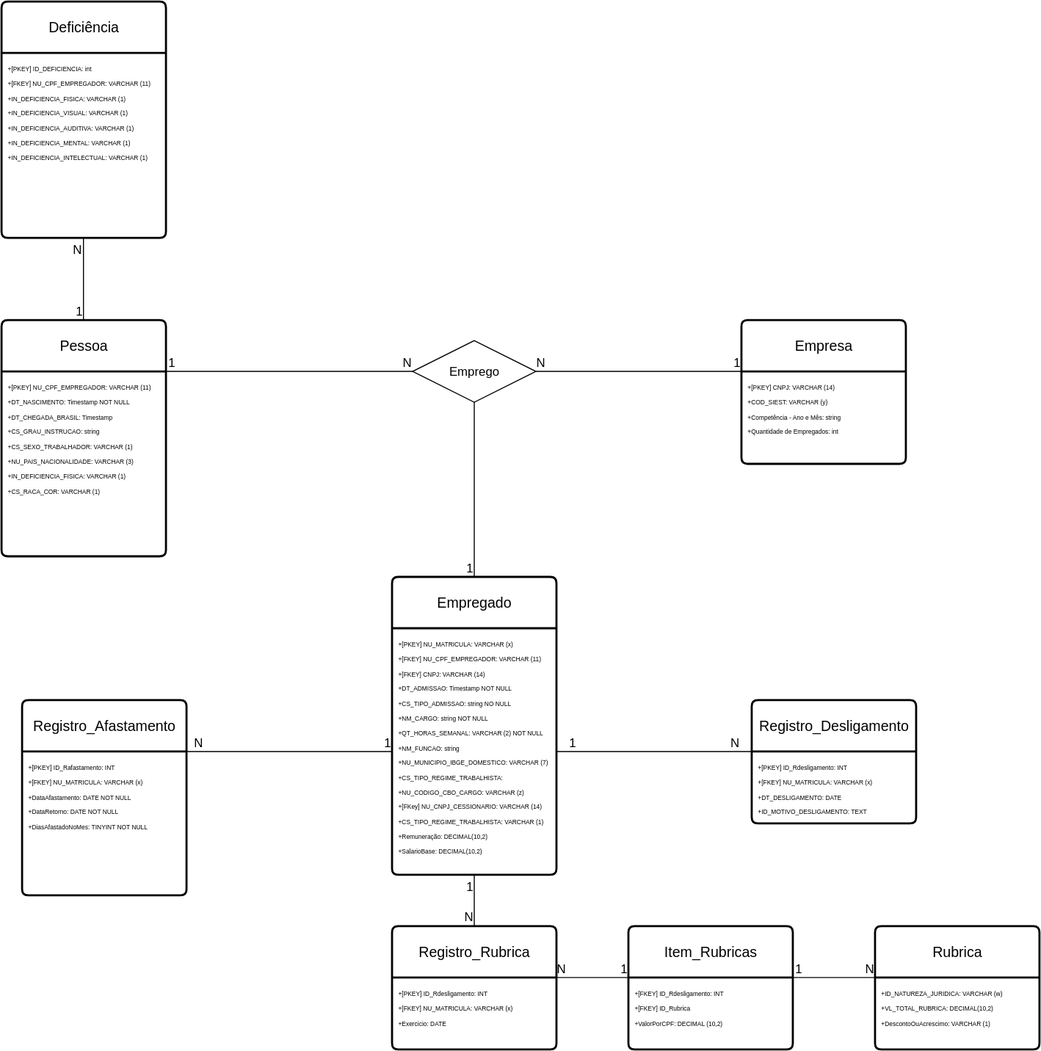
Earlier version of the draw.io export SIEST-PPE-Esocial.drawio.svg (nobreerick/meus-versionamentos-de-arquivo). Source tidied: cells renumbered, new cells last; positions are measured from the earlier drawing's top-left corner, leaving out a move shared by most shapes.
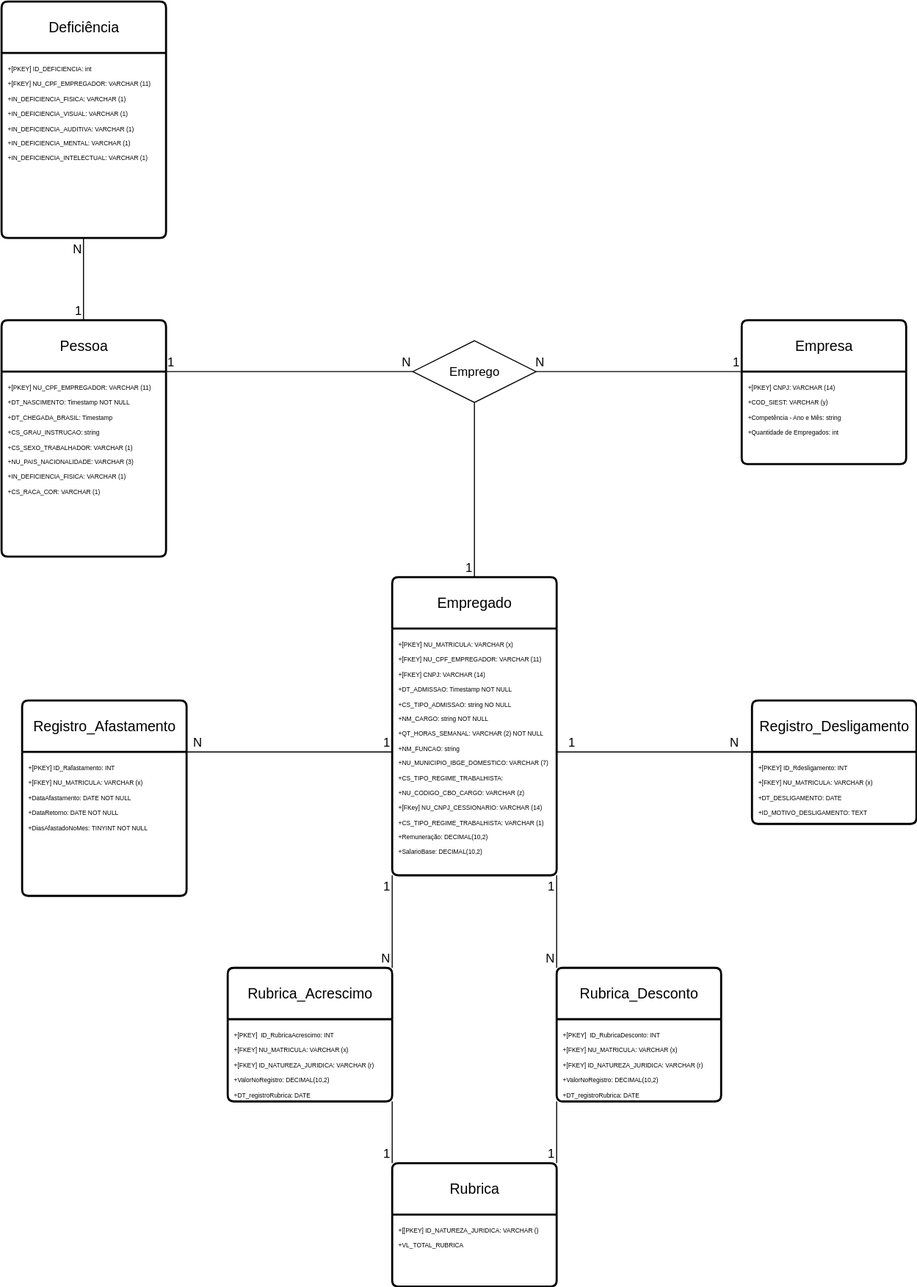
The same file after the commit.

Commit message:
Primeira atualização do diagrama, removido as entidades de registro de rubrica e simplificado o processo

Diff of the diagram source:
```diff
@@ -88,37 +88,19 @@
         <mxPoint x="17" as="offset" />
       </mxGeometry>
     </mxCell>
-    <mxCell id="27" value="Registro_Rubrica" style="swimlane;horizontal=1;startSize=50;rounded=1;fontSize=14;fontStyle=0;strokeWidth=2;shadow=0;dashed=0;align=center;arcSize=4;whiteSpace=wrap;html=1;" parent="1" vertex="1">
-      <mxGeometry x="380" y="900" width="160" height="120" as="geometry" />
+    <mxCell id="27" value="Rubrica_Acrescimo" style="swimlane;horizontal=1;startSize=50;rounded=1;fontSize=14;fontStyle=0;strokeWidth=2;shadow=0;dashed=0;align=center;arcSize=4;whiteSpace=wrap;html=1;" parent="1" vertex="1">
+      <mxGeometry x="220" y="940" width="160" height="130" as="geometry" />
     </mxCell>
-    <mxCell id="28" value="&lt;font style=&quot;font-size: 6px;&quot;&gt;+[PKEY] ID_Rdesligamento: INT&lt;/font&gt;&lt;div&gt;&lt;font style=&quot;font-size: 6px;&quot;&gt;&lt;span style=&quot;color: light-dark(rgb(0, 0, 0), rgb(255, 255, 255)); background-color: transparent;&quot;&gt;+[FKEY] NU_MATRICULA: VARCHAR (x)&lt;/span&gt;&lt;/font&gt;&lt;/div&gt;&lt;div&gt;&lt;font style=&quot;font-size: 6px;&quot;&gt;+&lt;font style=&quot;color: light-dark(rgb(0, 0, 0), rgb(255, 255, 153));&quot;&gt;Exercicio&lt;/font&gt;: DATE&lt;br&gt;&lt;/font&gt;&lt;/div&gt;" style="align=left;strokeColor=none;fillColor=none;spacingLeft=4;spacingRight=4;fontSize=12;verticalAlign=top;html=1;whiteSpace=wrap;" parent="27" vertex="1">
-      <mxGeometry y="50" width="160" height="70" as="geometry" />
+    <mxCell id="28" value="&lt;div&gt;&lt;font style=&quot;font-size: 6px;&quot;&gt;+[PKEY]&amp;nbsp; ID_RubricaAcrescimo: INT&lt;/font&gt;&lt;/div&gt;&lt;div&gt;&lt;font style=&quot;font-size: 6px;&quot;&gt;+[FKEY]&amp;nbsp;&lt;/font&gt;&lt;span style=&quot;font-size: 6px; background-color: transparent; color: light-dark(rgb(0, 0, 0), rgb(255, 255, 255));&quot;&gt;NU_MATRICULA: VARCHAR (x)&lt;/span&gt;&lt;/div&gt;&lt;div&gt;&lt;font style=&quot;font-size: 6px;&quot;&gt;+[FKEY] ID_NATUREZA_JURIDICA: VARCHAR (r)&lt;/font&gt;&lt;/div&gt;&lt;div&gt;&lt;span style=&quot;font-size: 6px; background-color: transparent; color: light-dark(rgb(0, 0, 0), rgb(255, 255, 255));&quot;&gt;+ValorNoRegistro: DECIMAL(10,2)&lt;/span&gt;&lt;/div&gt;&lt;div&gt;&lt;span style=&quot;font-size: 6px;&quot;&gt;+DT_registroRubrica: DATE&lt;/span&gt;&lt;/div&gt;" style="align=left;strokeColor=none;fillColor=none;spacingLeft=4;spacingRight=4;fontSize=12;verticalAlign=top;html=1;whiteSpace=wrap;" parent="27" vertex="1">
+      <mxGeometry y="50" width="160" height="80" as="geometry" />
     </mxCell>
-    <mxCell id="29" style="endArrow=none;html=1;rounded=0;exitX=0.5;exitY=1;exitDx=0;exitDy=0;entryX=0.5;entryY=0;entryDx=0;entryDy=0;" parent="1" edge="1" source="10" target="27">
+    <mxCell id="29" style="endArrow=none;html=1;rounded=0;exitX=0;exitY=1;exitDx=0;exitDy=0;entryX=1;entryY=0;entryDx=0;entryDy=0;" parent="1" edge="1" source="10" target="27">
       <mxGeometry relative="1" as="geometry" />
     </mxCell>
     <mxCell id="30" value="N" style="html=1;whiteSpace=wrap;align=right;verticalAlign=bottom;" parent="29" vertex="1">
       <mxGeometry x="1" relative="1" as="geometry" />
     </mxCell>
-    <mxCell id="31" value="Rubrica" style="swimlane;horizontal=1;startSize=50;rounded=1;fontSize=14;fontStyle=0;strokeWidth=2;shadow=0;dashed=0;align=center;arcSize=4;whiteSpace=wrap;html=1;" parent="1" vertex="1">
-      <mxGeometry x="850" y="900" width="160" height="120" as="geometry" />
-    </mxCell>
-    <mxCell id="32" value="&lt;font style=&quot;font-size: 6px;&quot;&gt;+ID_NATUREZA_JURIDICA: VARCHAR (w)&lt;/font&gt;&lt;div&gt;&lt;font style=&quot;font-size: 6px;&quot;&gt;+VL_TOTAL_RUBRICA:&amp;nbsp;&lt;span style=&quot;background-color: transparent; color: light-dark(rgb(0, 0, 0), rgb(255, 255, 255));&quot;&gt;DECIMAL(10,2)&lt;/span&gt;&lt;br&gt;&lt;/font&gt;&lt;/div&gt;&lt;div&gt;&lt;font style=&quot;font-size: 6px;&quot;&gt;&lt;span style=&quot;background-color: transparent; color: light-dark(rgb(0, 0, 0), rgb(255, 255, 255));&quot;&gt;+&lt;/span&gt;&lt;span style=&quot;background-color: transparent;&quot;&gt;&lt;font style=&quot;color: light-dark(rgb(0, 0, 0), rgb(255, 255, 153));&quot;&gt;DescontoOuAcrescimo&lt;/font&gt;&lt;/span&gt;&lt;span style=&quot;background-color: transparent; color: light-dark(rgb(0, 0, 0), rgb(255, 255, 255));&quot;&gt;: VARCHAR (1)&lt;/span&gt;&lt;/font&gt;&lt;/div&gt;" style="align=left;strokeColor=none;fillColor=none;spacingLeft=4;spacingRight=4;fontSize=12;verticalAlign=top;html=1;whiteSpace=wrap;" parent="31" vertex="1">
-      <mxGeometry y="50" width="160" height="70" as="geometry" />
-    </mxCell>
-    <mxCell id="33" value="Item_Rubricas" style="swimlane;horizontal=1;startSize=50;rounded=1;fontSize=14;fontStyle=0;strokeWidth=2;shadow=0;dashed=0;align=center;arcSize=4;whiteSpace=wrap;html=1;" parent="1" vertex="1">
-      <mxGeometry x="610" y="900" width="160" height="120" as="geometry" />
-    </mxCell>
-    <mxCell id="34" value="&lt;font style=&quot;font-size: 6px;&quot;&gt;+[FKEY] ID_Rdesligamento: INT&lt;br&gt;+[FKEY] ID_Rubrica&lt;/font&gt;&lt;div&gt;&lt;font style=&quot;font-size: 6px;&quot;&gt;+ValorPorCPF: DECIMAL (10,2)&lt;/font&gt;&lt;/div&gt;" style="align=left;strokeColor=none;fillColor=none;spacingLeft=4;spacingRight=4;fontSize=12;verticalAlign=top;html=1;whiteSpace=wrap;" parent="33" vertex="1">
-      <mxGeometry y="50" width="160" height="70" as="geometry" />
-    </mxCell>
-    <mxCell id="35" style="endArrow=none;html=1;rounded=0;exitX=1;exitY=0;exitDx=0;exitDy=0;entryX=0;entryY=0;entryDx=0;entryDy=0;" parent="1" edge="1" source="28" target="34">
-      <mxGeometry relative="1" as="geometry" />
-    </mxCell>
-    <mxCell id="36" value="1" style="html=1;whiteSpace=wrap;align=right;verticalAlign=bottom;" parent="35" vertex="1">
-      <mxGeometry x="1" relative="1" as="geometry" />
-    </mxCell>
-    <mxCell id="37" style="endArrow=none;html=1;rounded=0;exitX=1;exitY=0;exitDx=0;exitDy=0;entryX=0;entryY=0;entryDx=0;entryDy=0;" parent="1" edge="1" source="34" target="32">
+    <mxCell id="37" style="endArrow=none;html=1;rounded=0;exitX=1;exitY=1;exitDx=0;exitDy=0;entryX=0;entryY=0;entryDx=0;entryDy=0;" parent="1" edge="1" source="10" target="47">
       <mxGeometry relative="1" as="geometry" />
     </mxCell>
     <mxCell id="38" value="N" style="html=1;whiteSpace=wrap;align=right;verticalAlign=bottom;" parent="37" vertex="1">
@@ -128,17 +110,11 @@
       <mxGeometry x="560" y="730" as="geometry" />
     </mxCell>
     <mxCell id="40" value="1" style="html=1;whiteSpace=wrap;align=right;verticalAlign=bottom;" parent="1" vertex="1">
-      <mxGeometry x="460" y="870" as="geometry" />
+      <mxGeometry x="540" y="870" as="geometry" />
     </mxCell>
     <mxCell id="41" value="1" style="html=1;whiteSpace=wrap;align=right;verticalAlign=bottom;" parent="1" vertex="1">
       <mxGeometry x="380" y="730" as="geometry" />
     </mxCell>
-    <mxCell id="42" value="1" style="html=1;whiteSpace=wrap;align=right;verticalAlign=bottom;" parent="1" vertex="1">
-      <mxGeometry x="780" y="950" as="geometry" />
-    </mxCell>
-    <mxCell id="43" value="N" style="html=1;whiteSpace=wrap;align=right;verticalAlign=bottom;" parent="1" vertex="1">
-      <mxGeometry x="550" y="950" as="geometry" />
-    </mxCell>
     <mxCell id="44" value="1" style="html=1;whiteSpace=wrap;align=right;verticalAlign=bottom;" parent="1" vertex="1">
       <mxGeometry x="170" y="360" as="geometry" />
     </mxCell>
@@ -148,5 +124,32 @@
     <mxCell id="46" value="1" style="html=1;whiteSpace=wrap;align=right;verticalAlign=bottom;" parent="1" vertex="1">
       <mxGeometry x="80" y="310" as="geometry" />
     </mxCell>
+    <mxCell id="47" value="Rubrica_Desconto" style="swimlane;horizontal=1;startSize=50;rounded=1;fontSize=14;fontStyle=0;strokeWidth=2;shadow=0;dashed=0;align=center;arcSize=4;whiteSpace=wrap;html=1;" parent="1" vertex="1">
+      <mxGeometry x="540" y="940" width="160" height="130" as="geometry" />
+    </mxCell>
+    <mxCell id="48" value="&lt;div&gt;&lt;font style=&quot;font-size: 6px;&quot;&gt;+[PKEY]&amp;nbsp; ID_RubricaDesconto: INT&lt;/font&gt;&lt;/div&gt;&lt;div&gt;&lt;font style=&quot;font-size: 6px;&quot;&gt;+[FKEY]&amp;nbsp;&lt;/font&gt;&lt;span style=&quot;font-size: 6px; background-color: transparent; color: light-dark(rgb(0, 0, 0), rgb(255, 255, 255));&quot;&gt;NU_MATRICULA: VARCHAR (x)&lt;/span&gt;&lt;/div&gt;&lt;div&gt;&lt;div&gt;&lt;font style=&quot;font-size: 6px;&quot;&gt;+[FKEY] ID_NATUREZA_JURIDICA: VARCHAR (r)&lt;/font&gt;&lt;/div&gt;&lt;/div&gt;&lt;div&gt;&lt;span style=&quot;font-size: 6px; background-color: transparent; color: light-dark(rgb(0, 0, 0), rgb(255, 255, 255));&quot;&gt;+ValorNoRegistro: DECIMAL(10,2)&lt;/span&gt;&lt;/div&gt;&lt;div&gt;&lt;span style=&quot;font-size: 6px;&quot;&gt;+DT_registroRubrica: DATE&lt;/span&gt;&lt;span style=&quot;font-size: 6px; background-color: transparent; color: light-dark(rgb(0, 0, 0), rgb(255, 255, 255));&quot;&gt;&lt;/span&gt;&lt;/div&gt;" style="align=left;strokeColor=none;fillColor=none;spacingLeft=4;spacingRight=4;fontSize=12;verticalAlign=top;html=1;whiteSpace=wrap;" parent="47" vertex="1">
+      <mxGeometry y="50" width="160" height="80" as="geometry" />
+    </mxCell>
+    <mxCell id="31" value="Rubrica" style="swimlane;horizontal=1;startSize=50;rounded=1;fontSize=14;fontStyle=0;strokeWidth=2;shadow=0;dashed=0;align=center;arcSize=4;whiteSpace=wrap;html=1;" parent="1" vertex="1">
+      <mxGeometry x="380" y="1130" width="160" height="120" as="geometry" />
+    </mxCell>
+    <mxCell id="49" value="&lt;font style=&quot;font-size: 6px;&quot;&gt;+[[PKEY] ID_NATUREZA_JURIDICA: VARCHAR ()&lt;/font&gt;&lt;div&gt;&lt;font style=&quot;font-size: 6px;&quot;&gt;+VL_TOTAL_RUBRICA&lt;/font&gt;&lt;/div&gt;" style="align=left;strokeColor=none;fillColor=none;spacingLeft=4;spacingRight=4;fontSize=12;verticalAlign=top;html=1;whiteSpace=wrap;" parent="31" vertex="1">
+      <mxGeometry y="50" width="160" height="70" as="geometry" />
+    </mxCell>
+    <mxCell id="50" style="endArrow=none;html=1;rounded=0;exitX=1;exitY=1;exitDx=0;exitDy=0;entryX=0;entryY=0;entryDx=0;entryDy=0;" parent="1" edge="1" source="28" target="31">
+      <mxGeometry relative="1" as="geometry" />
+    </mxCell>
+    <mxCell id="51" value="1" style="html=1;whiteSpace=wrap;align=right;verticalAlign=bottom;" parent="50" vertex="1">
+      <mxGeometry x="1" relative="1" as="geometry" />
+    </mxCell>
+    <mxCell id="52" style="endArrow=none;html=1;rounded=0;exitX=0;exitY=1;exitDx=0;exitDy=0;entryX=1;entryY=0;entryDx=0;entryDy=0;" parent="1" edge="1" source="48" target="31">
+      <mxGeometry relative="1" as="geometry" />
+    </mxCell>
+    <mxCell id="53" value="1" style="html=1;whiteSpace=wrap;align=right;verticalAlign=bottom;" parent="52" vertex="1">
+      <mxGeometry x="1" relative="1" as="geometry" />
+    </mxCell>
+    <mxCell id="54" value="1" style="html=1;whiteSpace=wrap;align=right;verticalAlign=bottom;" parent="1" vertex="1">
+      <mxGeometry x="380" y="870" as="geometry" />
+    </mxCell>
   </root>
 </mxGraphModel>
```
